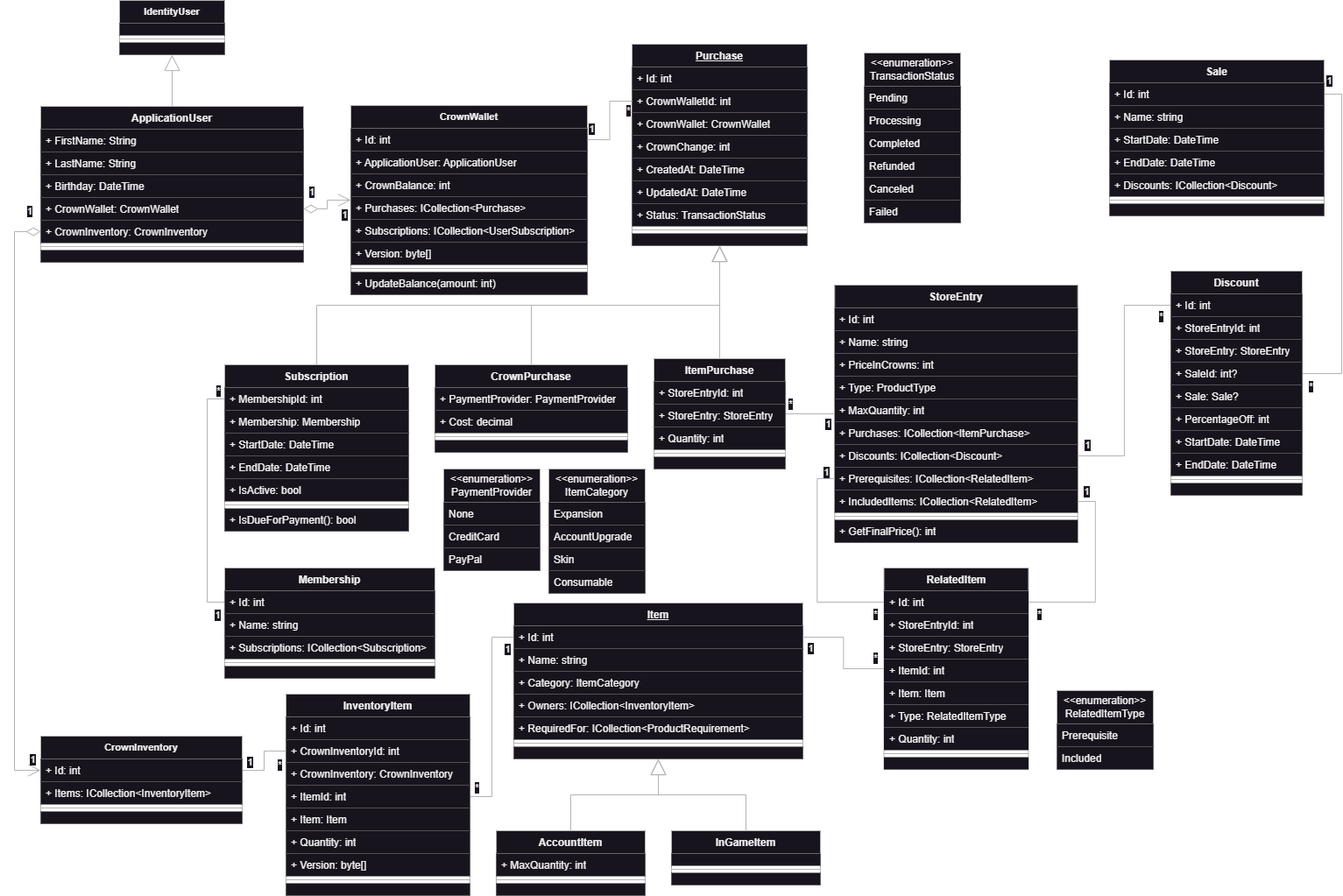
rpeixe/AspNetCore-MvcStore keeps this draw.io diagram as ClassDiagram.png. Above is the earlier version. Source tidied: cells renumbered, new cells last; positions are measured from the earlier drawing's top-left corner, leaving out a move shared by most shapes.
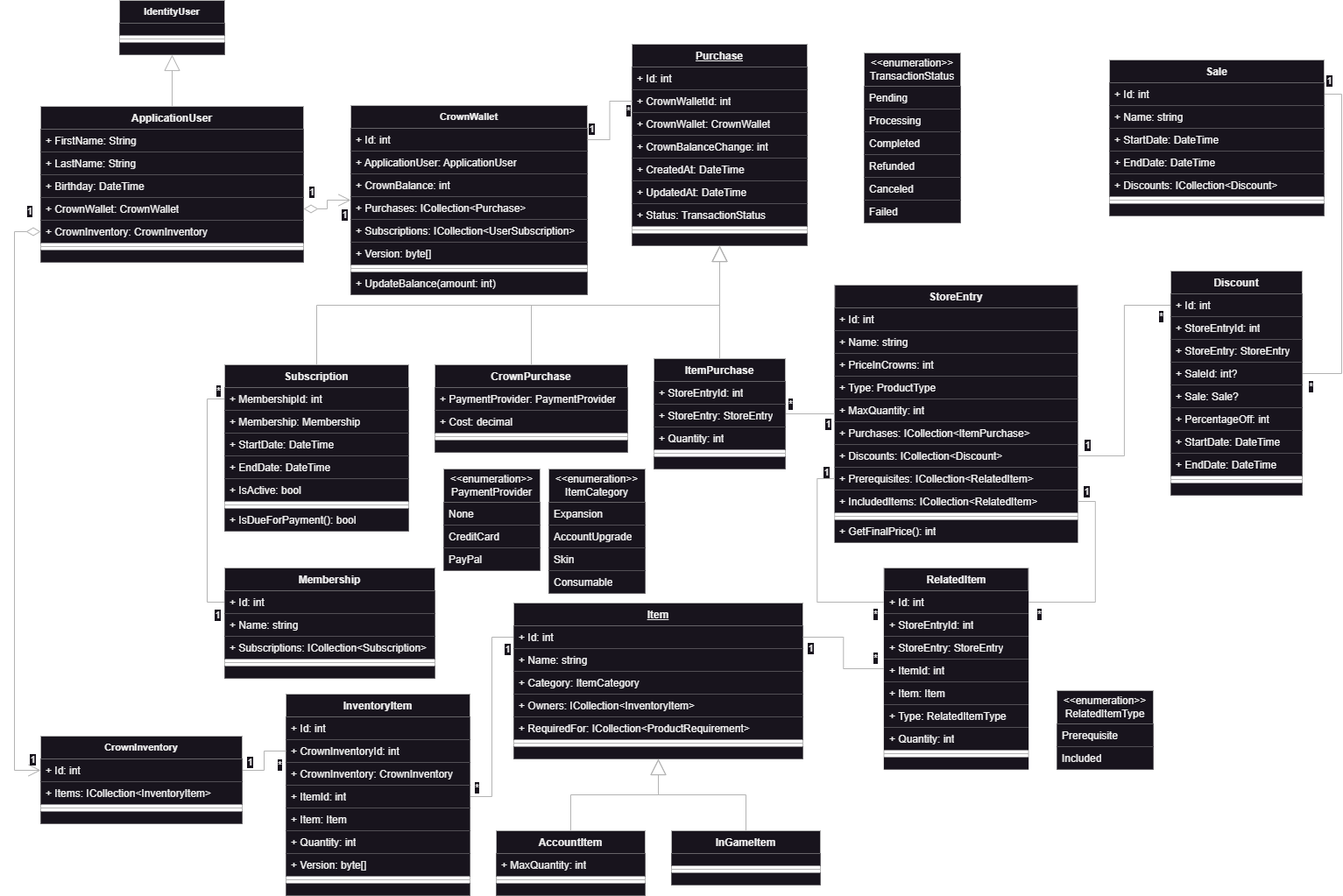
After the change.

Commit message:
Renamed CrownChange to CrownBalanceChange to be more descriptive

Diff of the diagram source:
```diff
@@ -379,7 +379,7 @@
     <mxCell id="120" value="+ CrownWallet: CrownWallet" style="text;strokeColor=none;fillColor=default;align=left;verticalAlign=top;spacingLeft=4;spacingRight=4;overflow=hidden;whiteSpace=wrap;html=1;" parent="117" vertex="1">
       <mxGeometry y="78" width="200" height="26" as="geometry" />
     </mxCell>
-    <mxCell id="121" value="+ CrownChange&lt;span style=&quot;background-color: initial;&quot;&gt;: int&lt;/span&gt;" style="text;strokeColor=none;fillColor=default;align=left;verticalAlign=top;spacingLeft=4;spacingRight=4;overflow=hidden;whiteSpace=wrap;html=1;" parent="117" vertex="1">
+    <mxCell id="121" value="+ CrownBalanceChange&lt;span style=&quot;background-color: initial;&quot;&gt;: int&lt;/span&gt;" style="text;strokeColor=none;fillColor=default;align=left;verticalAlign=top;spacingLeft=4;spacingRight=4;overflow=hidden;whiteSpace=wrap;html=1;" parent="117" vertex="1">
       <mxGeometry y="104" width="200" height="26" as="geometry" />
     </mxCell>
     <mxCell id="122" value="+ CreatedAt: DateTime" style="text;strokeColor=none;fillColor=default;align=left;verticalAlign=top;spacingLeft=4;spacingRight=4;overflow=hidden;whiteSpace=wrap;html=1;" parent="117" vertex="1">
```
